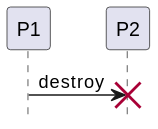
Above: out/plant_uml/destroyMessageExample/destroyMessageExample.svg in gigl-uml/Guide_uml_polymtl (PlantUML), before the change.
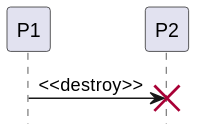
The same file after the commit.

The edit, as a diff of the source:
```diff
@@ -1,6 +1,6 @@
 @startuml
 hide footbox
 skinparam backgroundcolor transparent
-P1 -> P2 : destroy
+P1 -> P2 : <<destroy>>
 destroy P2
 @enduml
```
